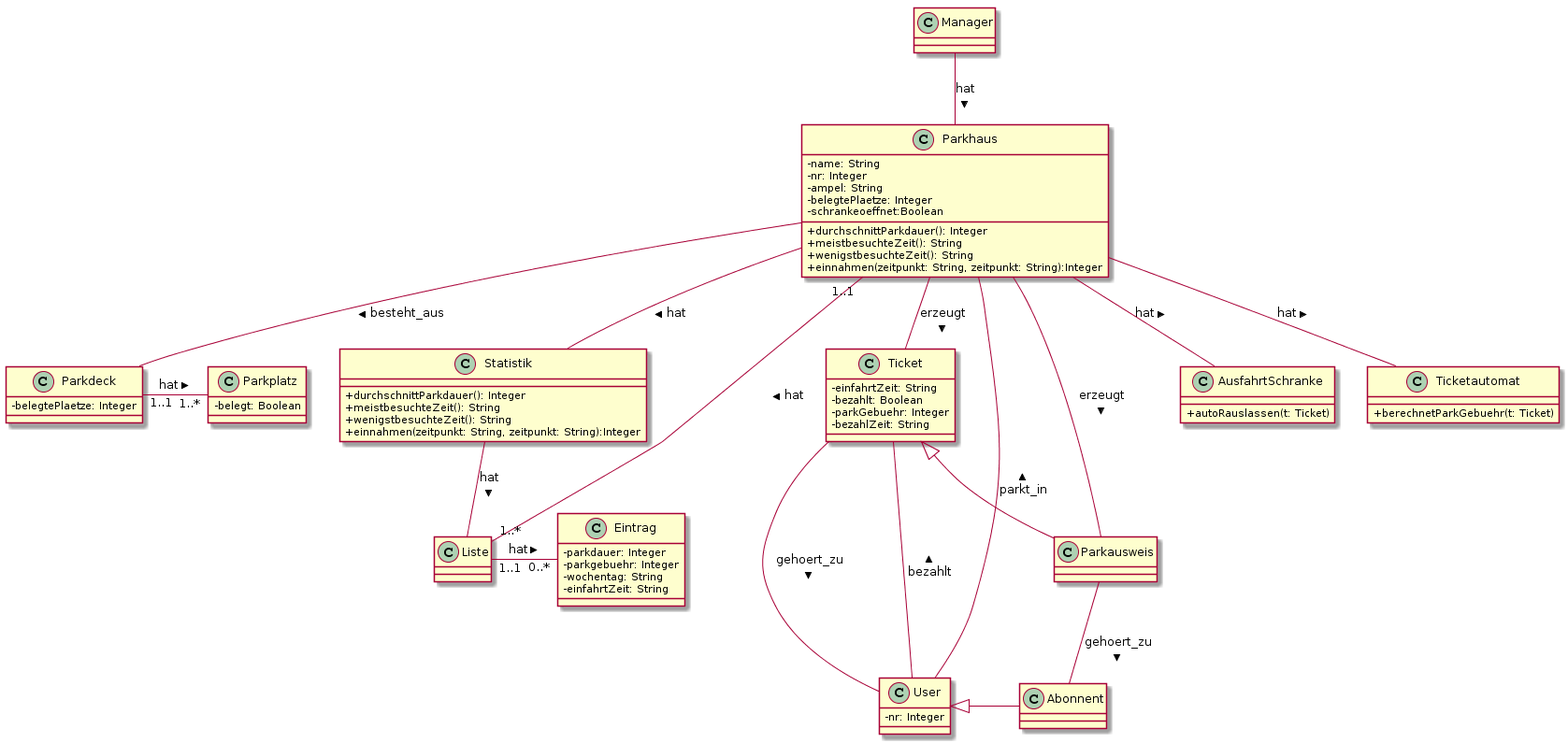
The PlantUML diagram Projekt Diagramme/07_2 Klassendiagramm.png in CodeIsJustLikeMagic/SE1Minutes, before a commit. The source it was exported from:
```plantuml
@startuml
skinparam classAttributeIconSize 0
class Parkhaus {
  -name: String
  -nr: Integer
  -ampel: String
  -belegtePlaetze: Integer
  -schrankeoeffnet:Boolean

    +durchschnittParkdauer(): Integer
    +meistbesuchteZeit(): String
    +wenigstbesuchteZeit(): String
    +einnahmen(zeitpunkt: String, zeitpunkt: String):Integer
}
class AusfahrtSchranke{
  +autoRauslassen(t: Ticket)
}
class Manager{
}
class Ticketautomat{
  +berechnetParkGebuehr(t: Ticket)
}
class Parkdeck{
  -belegtePlaetze: Integer
}
class Parkplatz{
  -belegt: Boolean
}
class Eintrag{
  -parkdauer: Integer
  -parkgebuehr: Integer
  -wochentag: String
  -einfahrtZeit: String
}
class User {
  -nr: Integer
}
class Ticket{
  -einfahrtZeit: String
  -bezahlt: Boolean
  -parkGebuehr: Integer
  -bezahlZeit: String

}
class Statistik{
    +durchschnittParkdauer(): Integer
    +meistbesuchteZeit(): String
    +wenigstbesuchteZeit(): String
    +einnahmen(zeitpunkt: String, zeitpunkt: String):Integer
}

User -- Parkhaus : parkt_in >
Parkhaus -- AusfahrtSchranke: hat >
Parkhaus -- Ticketautomat: hat >
Parkhaus -- Parkdeck : besteht_aus >
Parkhaus -- Statistik: hat >
Statistik -- Liste: hat >
Parkdeck "1..1"- "1..*"Parkplatz: hat >
Parkhaus "1..1"-"1..*" Liste: hat >
Liste "1..1"-"0..*" Eintrag: hat >
Parkhaus -- Ticket: erzeugt >
Parkhaus --- Parkausweis: erzeugt >
Ticket <|- Parkausweis
Ticket --- User: gehoert_zu >
User --- Ticket: bezahlt >
Parkausweis - Abonnent: gehoert_zu >
User <|- Abonnent
Manager -- Parkhaus: hat >
@enduml
```
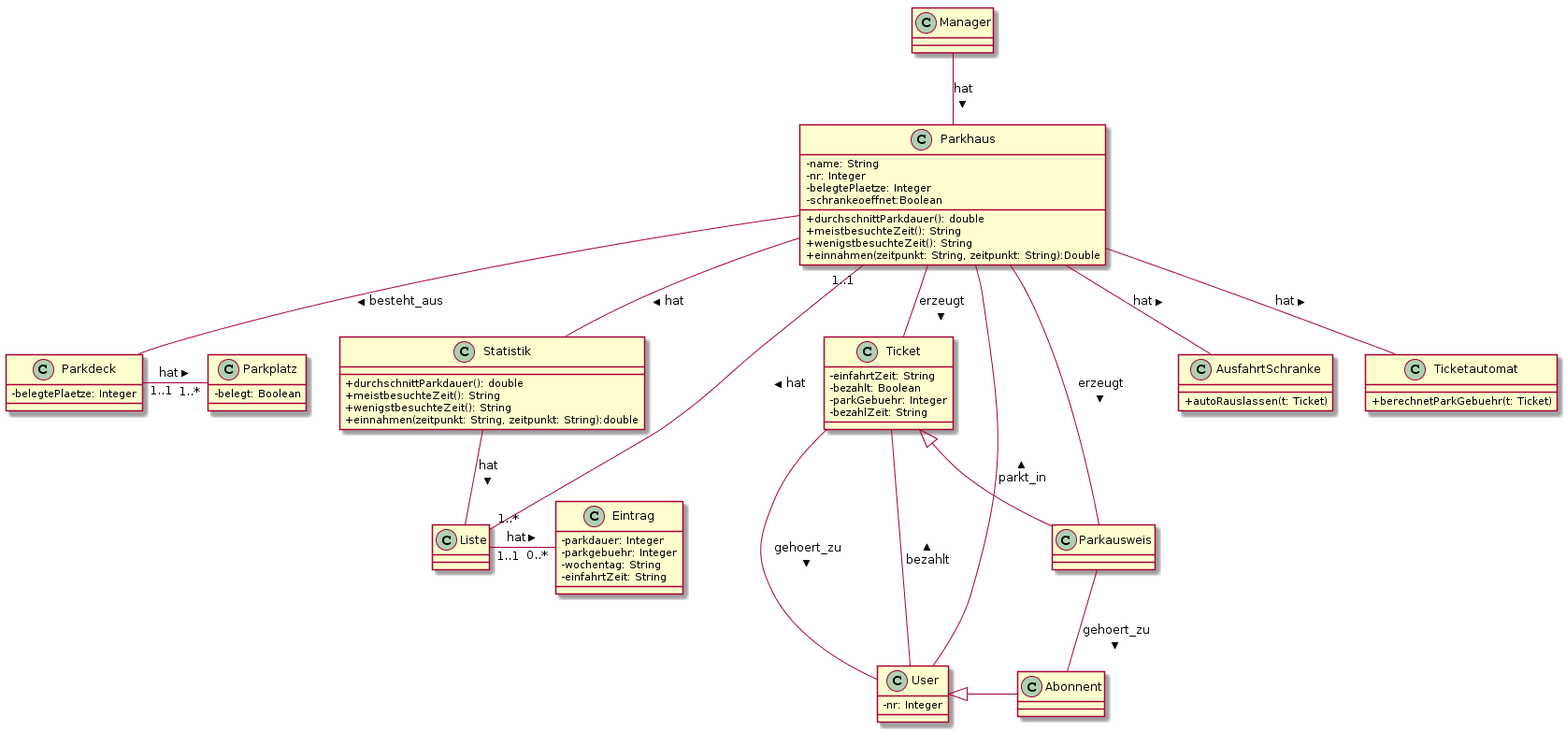
Above is the later version.

What changed in the source:
```diff
@@ -3,14 +3,13 @@
 class Parkhaus {
   -name: String
   -nr: Integer
-  -ampel: String
   -belegtePlaetze: Integer
   -schrankeoeffnet:Boolean
 
-    +durchschnittParkdauer(): Integer
+    +durchschnittParkdauer(): double
     +meistbesuchteZeit(): String
     +wenigstbesuchteZeit(): String
-    +einnahmen(zeitpunkt: String, zeitpunkt: String):Integer
+    +einnahmen(zeitpunkt: String, zeitpunkt: String):Double
 }
 class AusfahrtSchranke{
   +autoRauslassen(t: Ticket)
@@ -43,10 +42,10 @@
 
 }
 class Statistik{
-    +durchschnittParkdauer(): Integer
+    +durchschnittParkdauer(): double
     +meistbesuchteZeit(): String
     +wenigstbesuchteZeit(): String
-    +einnahmen(zeitpunkt: String, zeitpunkt: String):Integer
+    +einnahmen(zeitpunkt: String, zeitpunkt: String):double
 }
 
 User -- Parkhaus : parkt_in >
```
